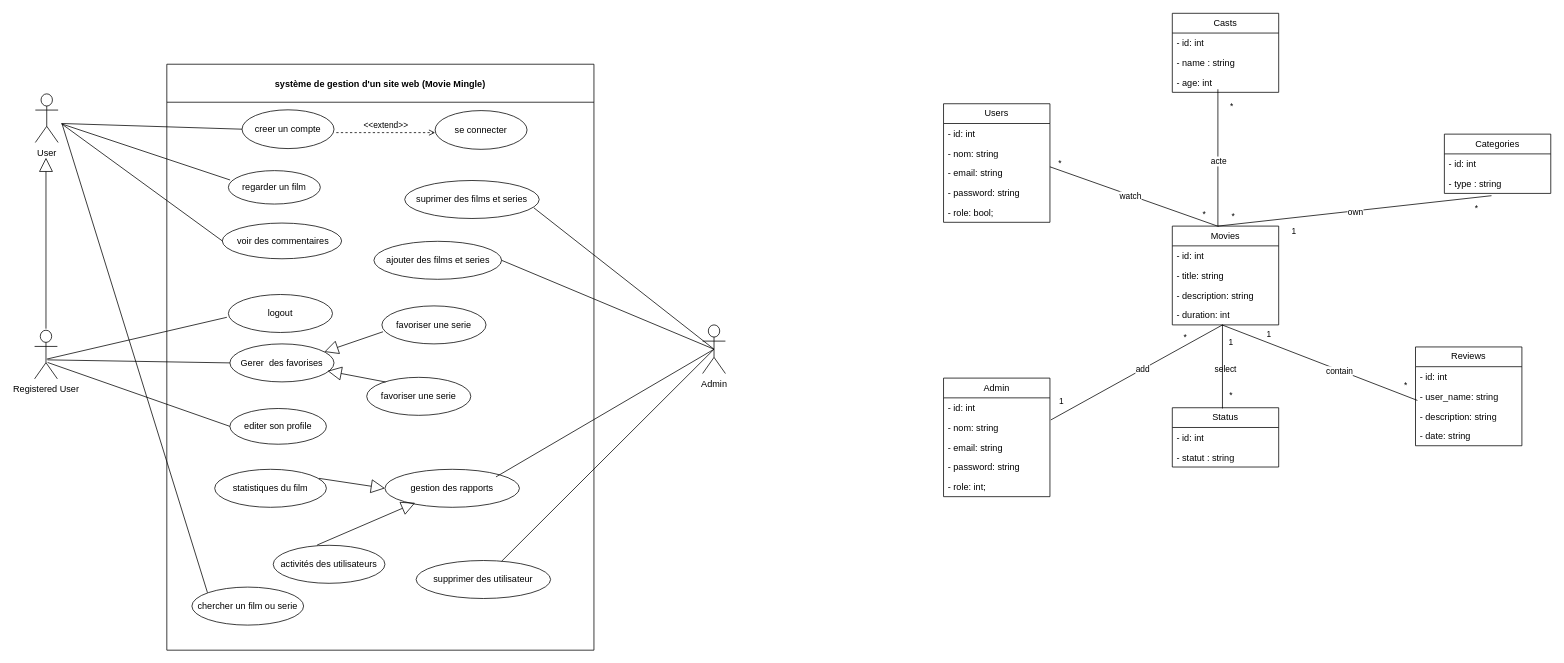
The draw.io diagram conception/Diagramme sans nom.drawio in Echaftech23/Brief_2, before the edit. Source tidied: cells renumbered, new cells numbered last; positions are measured from the earlier drawing's top-left corner, leaving out a move shared by most shapes. Both pictures are drawn from the tidied source at 76%, with x=0, y=0 at pixel (34, 13).
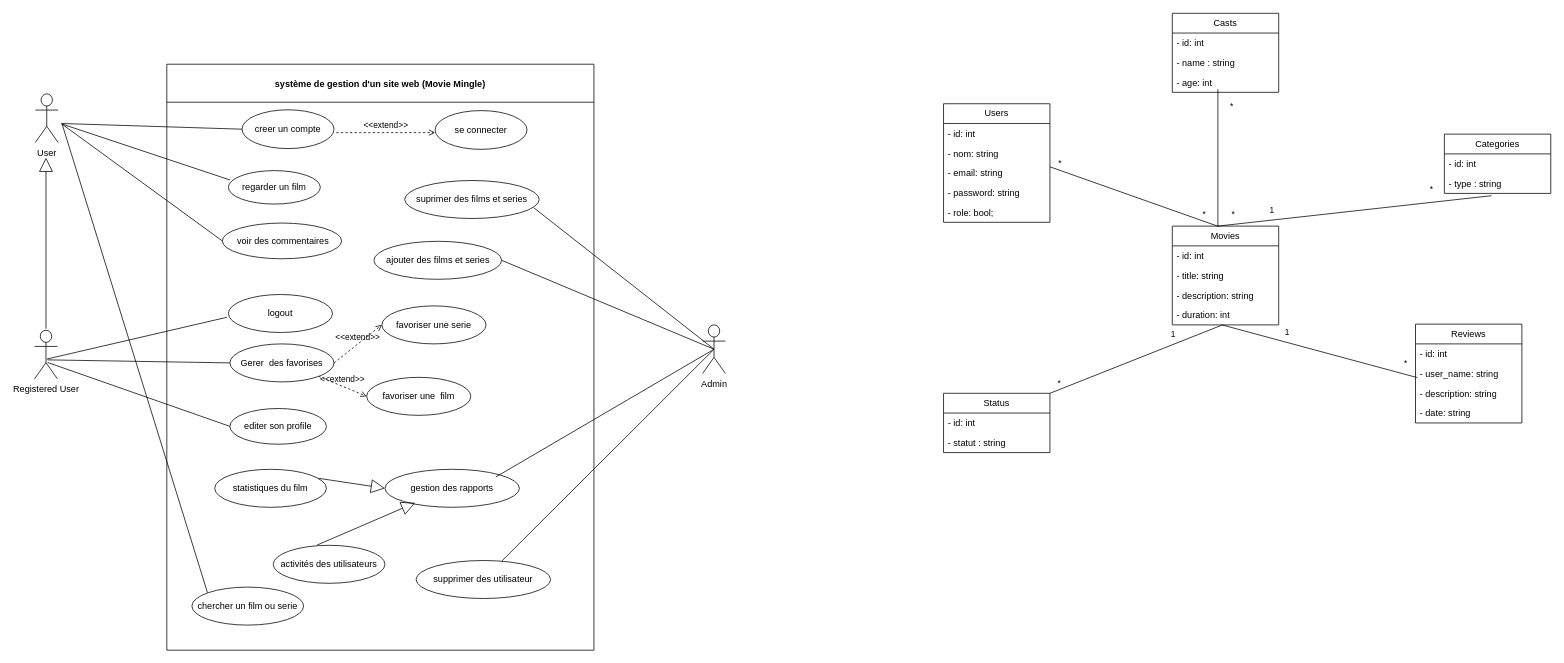
Above is the later version.

Commit message:
Update class diagram

The change refers to these unchanged cells:
```xml
<mxCell id="9" value="système de gestion d'un site web (Movie Mingle)" style="swimlane;startSize=50;rounded=0;labelBackgroundColor=none;" parent="1" vertex="1">
  <mxGeometry x="174" y="67" width="562" height="771" as="geometry" />
</mxCell>
<mxCell id="21" value="Gerer&amp;nbsp; des favorises" style="ellipse;whiteSpace=wrap;html=1;align=center;newEdgeStyle={&quot;edgeStyle&quot;:&quot;entityRelationEdgeStyle&quot;,&quot;startArrow&quot;:&quot;none&quot;,&quot;endArrow&quot;:&quot;none&quot;,&quot;segment&quot;:10,&quot;curved&quot;:1,&quot;sourcePerimeterSpacing&quot;:0,&quot;targetPerimeterSpacing&quot;:0};rounded=0;labelBackgroundColor=none;" parent="9" vertex="1">
  <mxGeometry x="83" y="368" width="137" height="50" as="geometry" />
</mxCell>
<mxCell id="23" value="favoriser une serie" style="ellipse;whiteSpace=wrap;html=1;align=center;newEdgeStyle={&quot;edgeStyle&quot;:&quot;entityRelationEdgeStyle&quot;,&quot;startArrow&quot;:&quot;none&quot;,&quot;endArrow&quot;:&quot;none&quot;,&quot;segment&quot;:10,&quot;curved&quot;:1,&quot;sourcePerimeterSpacing&quot;:0,&quot;targetPerimeterSpacing&quot;:0};rounded=0;labelBackgroundColor=none;" parent="9" vertex="1">
  <mxGeometry x="283" y="318" width="137" height="50" as="geometry" />
</mxCell>
<mxCell id="45" style="endArrow=none;html=1;rounded=0;entryX=0.44;entryY=-0.012;entryDx=0;entryDy=0;entryPerimeter=0;" parent="1" edge="1">
  <mxGeometry relative="1" as="geometry">
    <mxPoint x="1336" y="202" as="sourcePoint" />
    <mxPoint x="1557.6" y="280.4" as="targetPoint" />
  </mxGeometry>
</mxCell>
<mxCell id="61" style="endArrow=none;html=1;rounded=0;entryX=0;entryY=0.5;entryDx=0;entryDy=0;" parent="1" edge="1">
  <mxGeometry relative="1" as="geometry">
    <mxPoint x="1557" y="100" as="sourcePoint" />
    <mxPoint x="1557" y="280" as="targetPoint" />
  </mxGeometry>
</mxCell>
```

Diff of the diagram source:
```diff
@@
-    <mxCell id="22" value="favoriser une serie" style="ellipse;whiteSpace=wrap;html=1;align=center;newEdgeStyle={&quot;edgeStyle&quot;:&quot;entityRelationEdgeStyle&quot;,&quot;startArrow&quot;:&quot;none&quot;,&quot;endArrow&quot;:&quot;none&quot;,&quot;segment&quot;:10,&quot;curved&quot;:1,&quot;sourcePerimeterSpacing&quot;:0,&quot;targetPerimeterSpacing&quot;:0};rounded=0;labelBackgroundColor=none;" parent="9" vertex="1">
+    <mxCell id="22" value="favoriser une&amp;nbsp; film" style="ellipse;whiteSpace=wrap;html=1;align=center;newEdgeStyle={&quot;edgeStyle&quot;:&quot;entityRelationEdgeStyle&quot;,&quot;startArrow&quot;:&quot;none&quot;,&quot;endArrow&quot;:&quot;none&quot;,&quot;segment&quot;:10,&quot;curved&quot;:1,&quot;sourcePerimeterSpacing&quot;:0,&quot;targetPerimeterSpacing&quot;:0};rounded=0;labelBackgroundColor=none;" parent="9" vertex="1">
       <mxGeometry x="263" y="412" width="137" height="50" as="geometry" />
     </mxCell>
@@
-    <mxCell id="24" style="endArrow=block;endSize=16;endFill=0;html=1;rounded=0;labelBackgroundColor=none;fontColor=default;exitX=0.011;exitY=0.68;exitDx=0;exitDy=0;exitPerimeter=0;entryX=0.907;entryY=0.21;entryDx=0;entryDy=0;entryPerimeter=0;" parent="9" edge="1" source="23" target="21">
-      <mxGeometry relative="1" as="geometry" />
-    </mxCell>
-    <mxCell id="25" style="endArrow=block;endSize=16;endFill=0;html=1;rounded=0;labelBackgroundColor=none;fontColor=default;entryX=0.938;entryY=0.711;entryDx=0;entryDy=0;exitX=0.181;exitY=0.122;exitDx=0;exitDy=0;exitPerimeter=0;entryPerimeter=0;" parent="9" edge="1" source="22" target="21">
-      <mxGeometry relative="1" as="geometry" />
-    </mxCell>
@@
+    <mxCell id="95" value="&amp;lt;&amp;lt;extend&amp;gt;&amp;gt;" style="html=1;verticalAlign=bottom;labelBackgroundColor=none;endArrow=open;endFill=0;dashed=1;rounded=0;fontColor=default;exitX=1;exitY=0.5;exitDx=0;exitDy=0;entryX=0;entryY=0.5;entryDx=0;entryDy=0;" parent="9" edge="1" source="21" target="23">
+      <mxGeometry relative="1" as="geometry" />
+    </mxCell>
+    <mxCell id="96" value="&amp;lt;&amp;lt;extend&amp;gt;&amp;gt;" style="html=1;verticalAlign=bottom;labelBackgroundColor=none;endArrow=open;endFill=0;dashed=1;rounded=0;fontColor=default;exitX=1;exitY=1;exitDx=0;exitDy=0;entryX=0;entryY=0.5;entryDx=0;entryDy=0;" parent="9" edge="1" source="21" target="22">
+      <mxGeometry relative="1" as="geometry" />
+    </mxCell>
@@
-    <mxCell id="38" value="Admin" style="swimlane;fontStyle=0;horizontal=1;startSize=26;fillColor=none;whiteSpace=wrap;html=1;" parent="1" vertex="1">
-      <mxGeometry x="1196" y="480" width="140" height="156" as="geometry" />
-    </mxCell>
-    <mxCell id="39" value="- id: int" style="text;strokeColor=none;fillColor=none;align=left;verticalAlign=top;spacingLeft=4;spacingRight=4;overflow=hidden;whiteSpace=wrap;html=1;" parent="38" vertex="1">
-      <mxGeometry y="26" width="140" height="26" as="geometry" />
-    </mxCell>
-    <mxCell id="40" value="- nom: string" style="text;strokeColor=none;fillColor=none;align=left;verticalAlign=top;spacingLeft=4;spacingRight=4;overflow=hidden;points=[[0,0.5],[1,0.5]];portConstraint=eastwest;whiteSpace=wrap;html=1;" parent="38" vertex="1">
-      <mxGeometry y="52" width="140" height="26" as="geometry" />
-    </mxCell>
-    <mxCell id="41" value="-&amp;nbsp;email: string" style="text;strokeColor=none;fillColor=none;align=left;verticalAlign=top;spacingLeft=4;spacingRight=4;overflow=hidden;whiteSpace=wrap;html=1;" parent="38" vertex="1">
-      <mxGeometry y="78" width="140" height="26" as="geometry" />
-    </mxCell>
-    <mxCell id="42" value="-&amp;nbsp;password: string" style="text;strokeColor=none;fillColor=none;align=left;verticalAlign=top;spacingLeft=4;spacingRight=4;overflow=hidden;whiteSpace=wrap;html=1;" parent="38" vertex="1">
-      <mxGeometry y="104" width="140" height="26" as="geometry" />
-    </mxCell>
-    <mxCell id="43" value="-&amp;nbsp;role: int;" style="text;strokeColor=none;fillColor=none;align=left;verticalAlign=top;spacingLeft=4;spacingRight=4;overflow=hidden;whiteSpace=wrap;html=1;" parent="38" vertex="1">
-      <mxGeometry y="130" width="140" height="26" as="geometry" />
-    </mxCell>
-    <mxCell id="44" style="endArrow=none;html=1;rounded=0;exitX=1.008;exitY=0.119;exitDx=0;exitDy=0;entryX=0.471;entryY=1.044;entryDx=0;entryDy=0;entryPerimeter=0;exitPerimeter=0;" parent="1" edge="1" source="40">
-      <mxGeometry relative="1" as="geometry">
-        <mxPoint x="1562.9" y="410.1" as="targetPoint" />
-      </mxGeometry>
-    </mxCell>
@@
-    <mxCell id="46" value="watch" style="edgeLabel;html=1;align=center;verticalAlign=middle;" parent="45" vertex="1">
-      <mxGeometry x="-0.05" y="-1" relative="1" as="geometry" />
-    </mxCell>
@@
     <mxCell id="50" value="Reviews" style="swimlane;fontStyle=0;horizontal=1;startSize=26;fillColor=none;whiteSpace=wrap;html=1;" parent="1" vertex="1">
-      <mxGeometry x="1817" y="439" width="140" height="130" as="geometry" />
+      <mxGeometry x="1817" y="409" width="140" height="130" as="geometry" />
     </mxCell>
@@
-    <mxCell id="62" value="acte" style="edgeLabel;html=1;align=center;verticalAlign=middle;" parent="61" vertex="1">
-      <mxGeometry x="0.05" relative="1" as="geometry">
-        <mxPoint y="-1" as="offset" />
-      </mxGeometry>
-    </mxCell>
@@
     <mxCell id="64" value="*" style="edgeLabel;html=1;align=center;verticalAlign=middle;" parent="61" vertex="1">
       <mxGeometry x="0.05" relative="1" as="geometry">
-        <mxPoint x="19" y="71" as="offset" />
+        <mxPoint x="19" y="69" as="offset" />
       </mxGeometry>
     </mxCell>
@@
     <mxCell id="67" value="*" style="edgeLabel;html=1;align=center;verticalAlign=middle;" parent="61" vertex="1">
       <mxGeometry x="0.05" relative="1" as="geometry">
-        <mxPoint x="339" y="61" as="offset" />
+        <mxPoint x="280" y="36" as="offset" />
       </mxGeometry>
     </mxCell>
     <mxCell id="68" value="1" style="edgeLabel;html=1;align=center;verticalAlign=middle;" parent="61" vertex="1">
       <mxGeometry x="0.05" relative="1" as="geometry">
-        <mxPoint x="99" y="91" as="offset" />
+        <mxPoint x="70" y="63" as="offset" />
       </mxGeometry>
     </mxCell>
     <mxCell id="69" value="*" style="edgeLabel;html=1;align=center;verticalAlign=middle;" parent="61" vertex="1">
       <mxGeometry x="0.05" relative="1" as="geometry">
-        <mxPoint x="246" y="294" as="offset" />
+        <mxPoint x="246" y="265" as="offset" />
       </mxGeometry>
     </mxCell>
     <mxCell id="70" value="1" style="edgeLabel;html=1;align=center;verticalAlign=middle;" parent="61" vertex="1">
       <mxGeometry x="0.05" relative="1" as="geometry">
-        <mxPoint x="66" y="227" as="offset" />
+        <mxPoint x="90" y="224" as="offset" />
       </mxGeometry>
     </mxCell>
-    <mxCell id="71" value="1" style="edgeLabel;html=1;align=center;verticalAlign=middle;" parent="61" vertex="1">
-      <mxGeometry x="0.05" relative="1" as="geometry">
-        <mxPoint x="-207" y="314" as="offset" />
-      </mxGeometry>
-    </mxCell>
-    <mxCell id="72" value="*" style="edgeLabel;html=1;align=center;verticalAlign=middle;" parent="61" vertex="1">
-      <mxGeometry x="0.05" relative="1" as="geometry">
-        <mxPoint x="-44" y="230" as="offset" />
-      </mxGeometry>
-    </mxCell>
     <mxCell id="73" value="1" style="edgeLabel;html=1;align=center;verticalAlign=middle;" parent="61" vertex="1">
       <mxGeometry x="0.05" relative="1" as="geometry">
-        <mxPoint x="16" y="237" as="offset" />
+        <mxPoint x="-60" y="226" as="offset" />
       </mxGeometry>
     </mxCell>
     <mxCell id="74" value="*" style="edgeLabel;html=1;align=center;verticalAlign=middle;" parent="61" vertex="1">
       <mxGeometry x="0.05" relative="1" as="geometry">
-        <mxPoint x="16" y="307" as="offset" />
+        <mxPoint x="-210" y="291" as="offset" />
       </mxGeometry>
     </mxCell>
-    <mxCell id="75" value="own" style="edgeLabel;html=1;align=center;verticalAlign=middle;" parent="61" vertex="1">
-      <mxGeometry x="0.05" relative="1" as="geometry">
-        <mxPoint x="180" y="66" as="offset" />
-      </mxGeometry>
-    </mxCell>
-    <mxCell id="76" value="contain" style="edgeLabel;html=1;align=center;verticalAlign=middle;" parent="61" vertex="1">
-      <mxGeometry x="0.05" relative="1" as="geometry">
-        <mxPoint x="159" y="275" as="offset" />
-      </mxGeometry>
-    </mxCell>
-    <mxCell id="77" value="select" style="edgeLabel;html=1;align=center;verticalAlign=middle;" parent="61" vertex="1">
-      <mxGeometry x="0.05" relative="1" as="geometry">
-        <mxPoint x="9" y="272" as="offset" />
-      </mxGeometry>
-    </mxCell>
-    <mxCell id="78" value="add" style="edgeLabel;html=1;align=center;verticalAlign=middle;" parent="61" vertex="1">
-      <mxGeometry x="0.05" relative="1" as="geometry">
-        <mxPoint x="-100" y="272" as="offset" />
-      </mxGeometry>
-    </mxCell>
-    <mxCell id="79" style="endArrow=none;html=1;rounded=0;" parent="1" edge="1">
+    <mxCell id="79" style="endArrow=none;html=1;rounded=0;entryX=1;entryY=0;entryDx=0;entryDy=0;" parent="1" edge="1" target="80">
       <mxGeometry relative="1" as="geometry">
         <mxPoint x="1563" y="410" as="sourcePoint" />
-        <mxPoint x="1563" y="520" as="targetPoint" />
       </mxGeometry>
     </mxCell>
     <mxCell id="80" value="Status" style="swimlane;fontStyle=0;horizontal=1;startSize=26;fillColor=none;whiteSpace=wrap;html=1;" parent="1" vertex="1">
-      <mxGeometry x="1497" y="519" width="140" height="78" as="geometry" />
+      <mxGeometry x="1196" y="500" width="140" height="78" as="geometry" />
     </mxCell>
```
